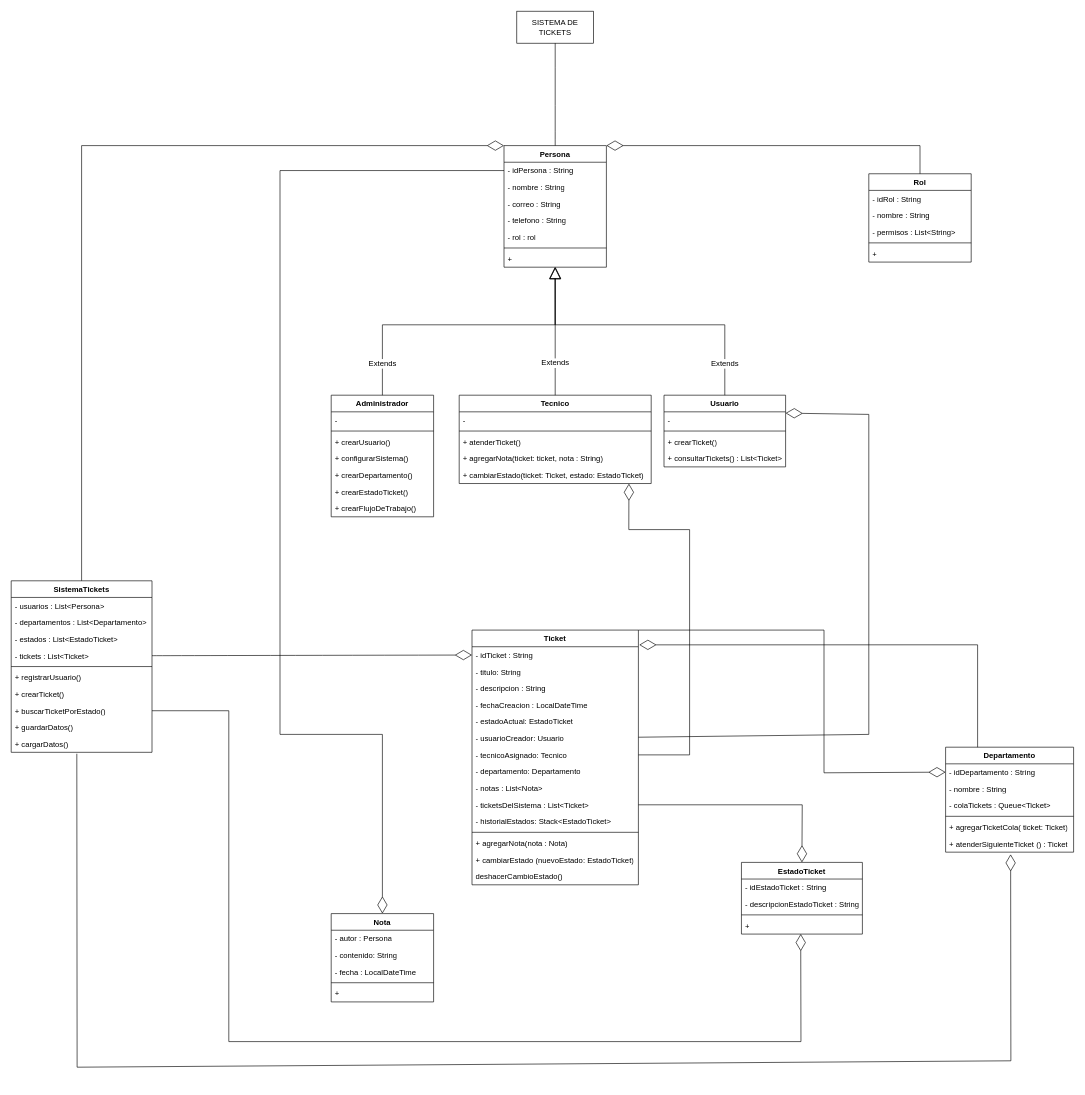
This is src/main/Diagramas/Diagrama de clases.drawio from DanielGLima/GestionTickets, a draw.io file, before an edit. Source tidied: cells renumbered, new cells numbered last; positions are measured from the earlier drawing's top-left corner, leaving out a move shared by most shapes. Both pictures are drawn from the tidied source at 64%, with x=0, y=0 at pixel (11, 11).
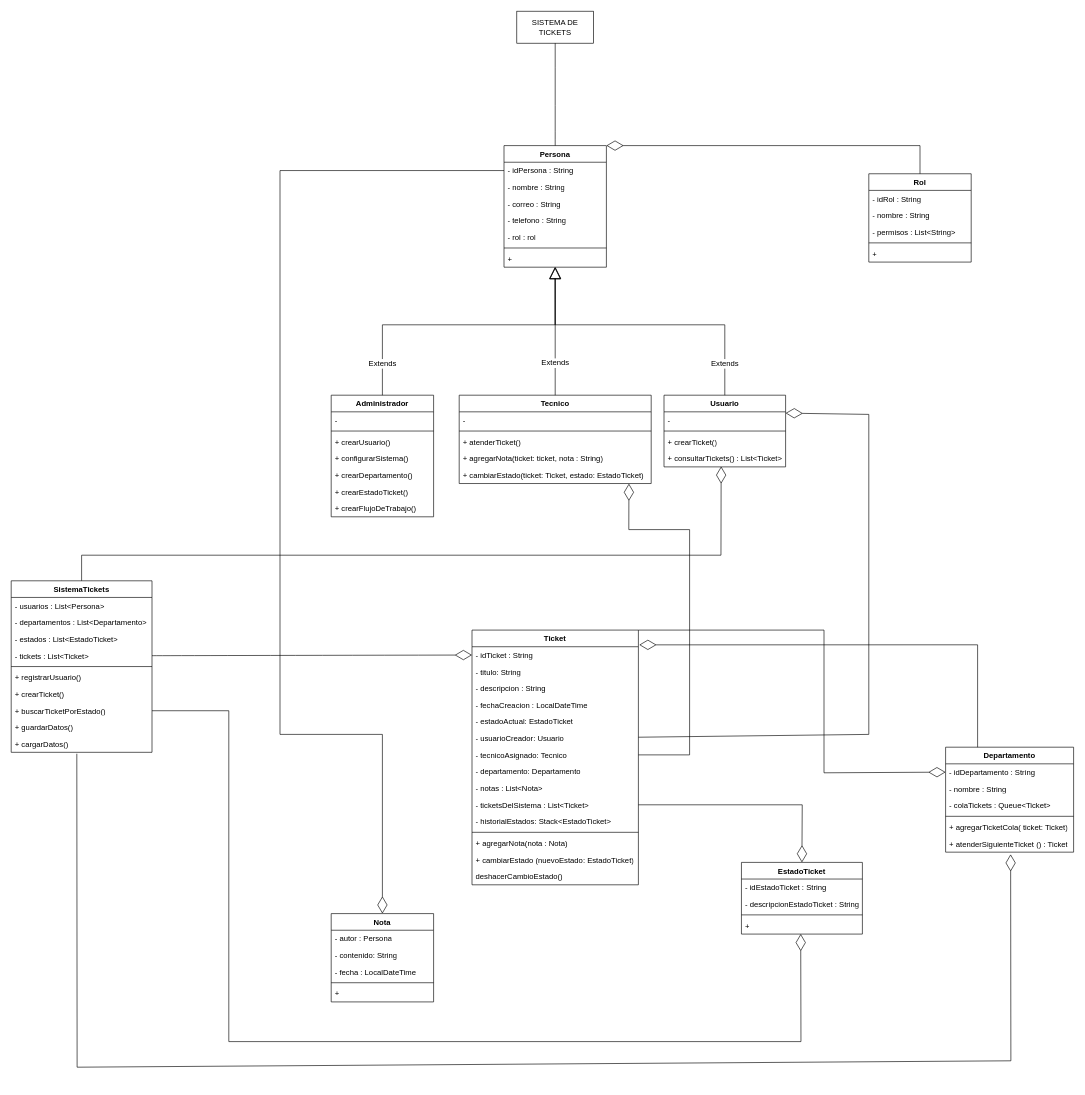
The same page after the edit.

Unchanged cells that the change refers to:
```xml
<mxCell id="3" value="Persona" style="swimlane;fontStyle=1;align=center;verticalAlign=top;horizontal=1;startSize=26;whiteSpace=wrap;html=1;" parent="1" vertex="1">
  <mxGeometry x="770" y="210" width="160" height="190" as="geometry" />
</mxCell>
<mxCell id="31" value="+ consultarTickets() : List&amp;lt;Ticket&amp;gt;" style="text;strokeColor=none;fillColor=none;align=left;verticalAlign=top;spacingLeft=4;spacingRight=4;overflow=hidden;points=[[0,0.5],[1,0.5]];portConstraint=eastwest;whiteSpace=wrap;html=1;" parent="27" vertex="1">
  <mxGeometry y="86" width="190" height="26" as="geometry" />
</mxCell>
<mxCell id="74" value="SistemaTickets" style="swimlane;fontStyle=1;align=center;verticalAlign=top;horizontal=1;startSize=26;whiteSpace=wrap;html=1;" parent="1" vertex="1">
  <mxGeometry y="890" width="220" height="268" as="geometry" />
</mxCell>
```

The edit, as a diff of the source:
```diff
@@
-    <mxCell id="91" style="endArrow=diamondThin;endFill=0;endSize=24;html=1;rounded=0;fontSize=12;curved=0;exitX=0.5;exitY=0;exitDx=0;exitDy=0;entryX=0;entryY=0;entryDx=0;entryDy=0;" parent="1" edge="1" source="74" target="3">
+    <mxCell id="91" style="endArrow=diamondThin;endFill=0;endSize=24;html=1;rounded=0;fontSize=12;curved=0;exitX=0.5;exitY=0;exitDx=0;exitDy=0;entryX=0.47;entryY=0.974;entryDx=0;entryDy=0;entryPerimeter=0;" parent="1" edge="1" source="74" target="31">
       <mxGeometry relative="1" as="geometry">
         <Array as="points">
-          <mxPoint x="110" y="210" />
+          <mxPoint x="110" y="850" />
+          <mxPoint x="1109" y="850" />
         </Array>
       </mxGeometry>
     </mxCell>
```
